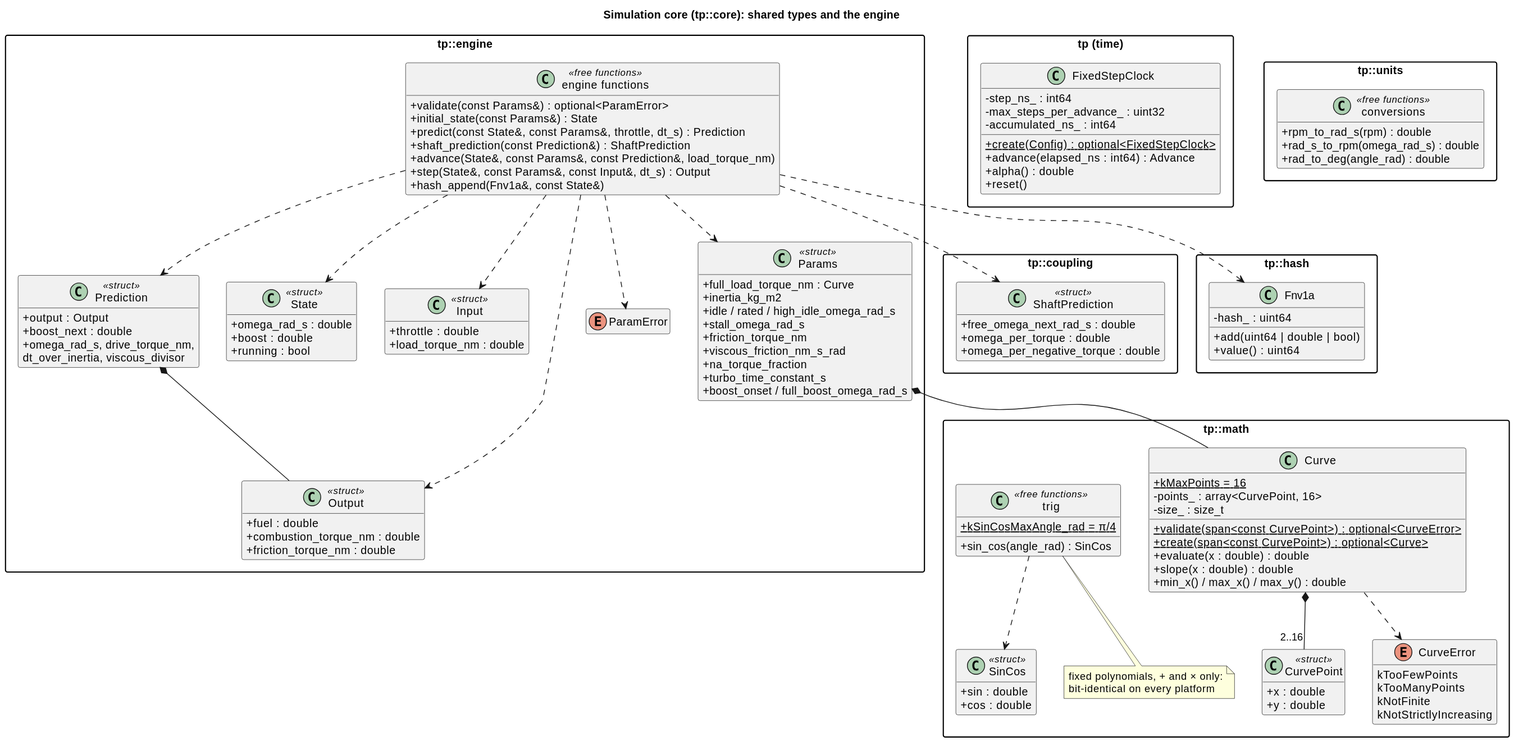
wversteeg/TractorPulling keeps this PlantUML diagram as docs/diagrams/svg/core_classes.svg. Above is the earlier version.
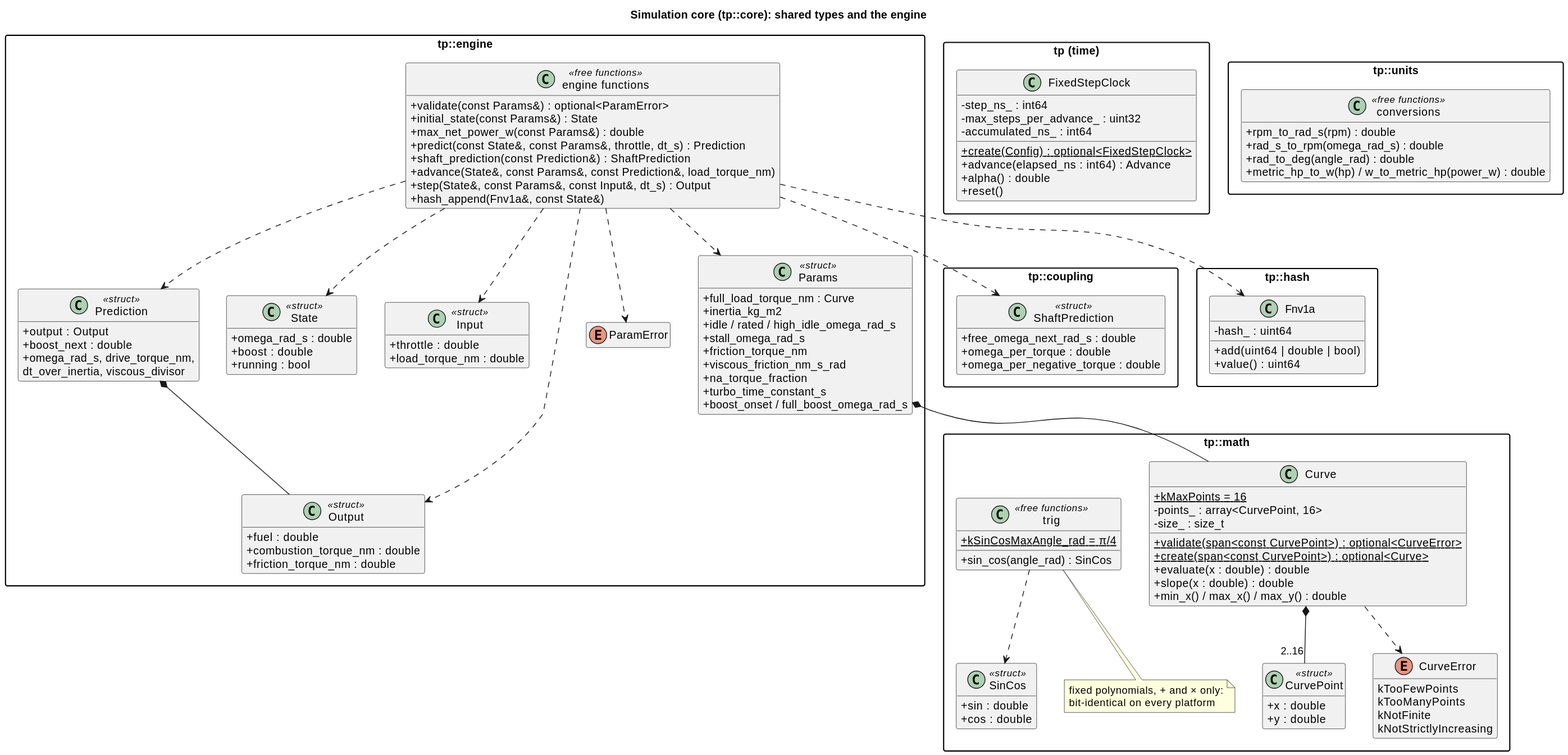
The same file after the commit.

Commit message:
Document class rules and PTO power in the diagrams

The edit, as a diff of the source:
```diff
@@ -86,6 +86,7 @@
     class "engine functions" as EngineFns <<free functions>> {
       +validate(const Params&) : optional<ParamError>
       +initial_state(const Params&) : State
+      +max_net_power_w(const Params&) : double
       +predict(const State&, const Params&, throttle, dt_s) : Prediction
       +shaft_prediction(const Prediction&) : ShaftPrediction
       +advance(State&, const Params&, const Prediction&, load_torque_nm)
@@ -131,6 +132,7 @@
       +rpm_to_rad_s(rpm) : double
       +rad_s_to_rpm(omega_rad_s) : double
       +rad_to_deg(angle_rad) : double
+      +metric_hp_to_w(hp) / w_to_metric_hp(power_w) : double
     }
   }
 @enduml
```
